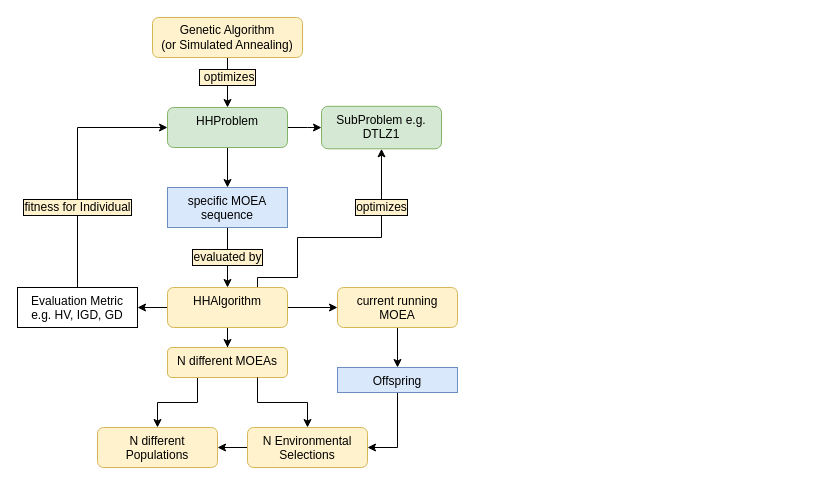
hwulfmeyer/PlatEMO keeps this draw.io diagram as PlatEMO/MAStuff/Hyper-Heuristic.drawio. Above is the earlier version. Source tidied: cells renumbered, new cells numbered last; positions are measured from the earlier drawing's top-left corner, leaving out a move shared by most shapes. Both pictures are drawn from the tidied source at 100%, with x=0, y=0 at pixel (17, 17).
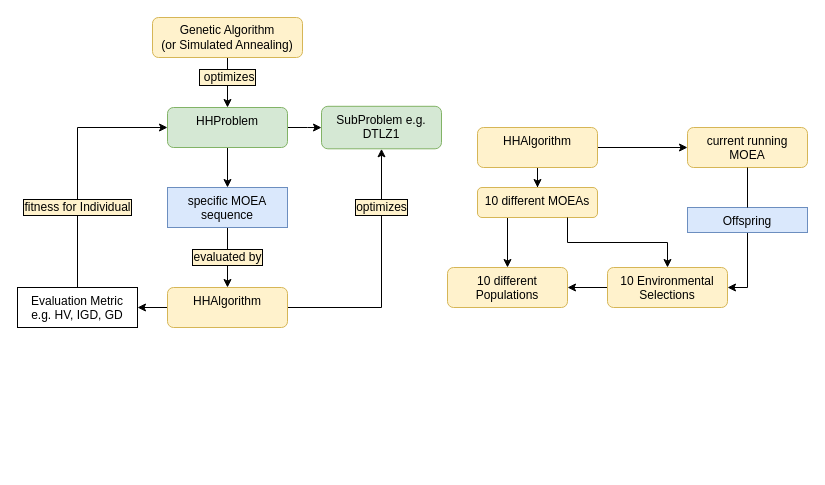
The same page after the edit.

The change refers to these unchanged cells:
```xml
<mxCell id="8" value="SubProblem e.g. DTLZ1" style="whiteSpace=wrap;html=1;rounded=1;verticalAlign=top;fillColor=#d5e8d4;strokeColor=#82b366;" parent="1" vertex="1">
  <mxGeometry x="304" y="88.8" width="120" height="42.5" as="geometry" />
</mxCell>
<mxCell id="12" value="HHAlgorithm" style="whiteSpace=wrap;html=1;rounded=1;verticalAlign=top;labelBackgroundColor=none;fillColor=#fff2cc;strokeColor=#d6b656;" parent="1" vertex="1">
  <mxGeometry x="150" y="270" width="120" height="40" as="geometry" />
</mxCell>
```

Diff of the diagram source:
```diff
@@
-    <mxCell id="7" style="edgeStyle=orthogonalEdgeStyle;rounded=0;jettySize=auto;html=1;exitX=0.75;exitY=0;exitDx=0;exitDy=0;entryX=0.5;entryY=1;entryDx=0;entryDy=0;" parent="1" edge="1" source="12" target="8">
+    <mxCell id="7" style="edgeStyle=orthogonalEdgeStyle;rounded=0;jettySize=auto;html=1;exitX=1;exitY=0.5;exitDx=0;exitDy=0;entryX=0.5;entryY=1;entryDx=0;entryDy=0;" parent="1" edge="1" source="12" target="8">
       <mxGeometry relative="1" as="geometry">
         <Array as="points">
-          <mxPoint x="240" y="260" />
-          <mxPoint x="280" y="260" />
-          <mxPoint x="280" y="220" />
-          <mxPoint x="364" y="220" />
+          <mxPoint x="364" y="290" />
         </Array>
       </mxGeometry>
     </mxCell>
@@
-    <mxCell id="10" style="edgeStyle=orthogonalEdgeStyle;rounded=0;jettySize=auto;html=1;exitX=0.5;exitY=1;exitDx=0;exitDy=0;" parent="1" edge="1" source="12" target="22">
-      <mxGeometry relative="1" as="geometry" />
-    </mxCell>
-    <mxCell id="11" style="edgeStyle=orthogonalEdgeStyle;rounded=0;jettySize=auto;html=1;exitX=1;exitY=0.5;exitDx=0;exitDy=0;entryX=0;entryY=0.5;entryDx=0;entryDy=0;" parent="1" edge="1" source="12" target="28">
-      <mxGeometry relative="1" as="geometry" />
-    </mxCell>
@@
-    <mxCell id="21" style="edgeStyle=orthogonalEdgeStyle;rounded=0;jettySize=auto;html=1;exitX=0.25;exitY=1;exitDx=0;exitDy=0;" parent="1" edge="1" source="22" target="23">
-      <mxGeometry relative="1" as="geometry" />
-    </mxCell>
-    <mxCell id="22" value="N different MOEAs" style="whiteSpace=wrap;html=1;rounded=1;verticalAlign=top;strokeColor=#d6b656;fillColor=#fff2cc;" parent="1" vertex="1">
-      <mxGeometry x="150" y="330" width="120" height="30" as="geometry" />
-    </mxCell>
-    <mxCell id="23" value="N different Populations" style="whiteSpace=wrap;html=1;rounded=1;verticalAlign=top;strokeColor=#d6b656;fillColor=#fff2cc;" parent="1" vertex="1">
-      <mxGeometry x="80" y="410" width="120" height="40" as="geometry" />
-    </mxCell>
-    <mxCell id="24" style="edgeStyle=orthogonalEdgeStyle;rounded=0;orthogonalLoop=1;jettySize=auto;html=1;exitX=0.5;exitY=1;exitDx=0;exitDy=0;" parent="1" edge="1">
-      <mxGeometry relative="1" as="geometry">
-        <mxPoint x="420" y="425" as="sourcePoint" />
-        <mxPoint x="420" y="425" as="targetPoint" />
-      </mxGeometry>
-    </mxCell>
-    <mxCell id="25" style="edgeStyle=orthogonalEdgeStyle;rounded=0;jettySize=auto;html=1;" parent="1" edge="1" source="26" target="23">
-      <mxGeometry relative="1" as="geometry" />
-    </mxCell>
-    <mxCell id="26" value="N Environmental Selections" style="whiteSpace=wrap;html=1;rounded=1;verticalAlign=top;strokeColor=#d6b656;fillColor=#fff2cc;" parent="1" vertex="1">
-      <mxGeometry x="230" y="410" width="120" height="40" as="geometry" />
-    </mxCell>
+    <mxCell id="32" style="edgeStyle=orthogonalEdgeStyle;rounded=0;jettySize=auto;html=1;exitX=0.5;exitY=1;exitDx=0;exitDy=0;" parent="1" edge="1" source="34" target="36">
+      <mxGeometry relative="1" as="geometry" />
+    </mxCell>
+    <mxCell id="33" style="edgeStyle=orthogonalEdgeStyle;rounded=0;jettySize=auto;html=1;exitX=1;exitY=0.5;exitDx=0;exitDy=0;entryX=0;entryY=0.5;entryDx=0;entryDy=0;" parent="1" edge="1" source="34" target="28">
+      <mxGeometry relative="1" as="geometry" />
+    </mxCell>
+    <mxCell id="34" value="HHAlgorithm" style="whiteSpace=wrap;html=1;rounded=1;verticalAlign=top;labelBackgroundColor=none;fillColor=#fff2cc;strokeColor=#d6b656;" parent="1" vertex="1">
+      <mxGeometry x="460" y="110" width="120" height="40" as="geometry" />
+    </mxCell>
+    <mxCell id="35" style="edgeStyle=orthogonalEdgeStyle;rounded=0;jettySize=auto;html=1;exitX=0.25;exitY=1;exitDx=0;exitDy=0;" parent="1" edge="1" source="36" target="37">
+      <mxGeometry relative="1" as="geometry" />
+    </mxCell>
+    <mxCell id="36" value="10 different MOEAs" style="whiteSpace=wrap;html=1;rounded=1;verticalAlign=top;strokeColor=#d6b656;fillColor=#fff2cc;" parent="1" vertex="1">
+      <mxGeometry x="460" y="170" width="120" height="30" as="geometry" />
+    </mxCell>
+    <mxCell id="37" value="10 different Populations" style="whiteSpace=wrap;html=1;rounded=1;verticalAlign=top;strokeColor=#d6b656;fillColor=#fff2cc;" parent="1" vertex="1">
+      <mxGeometry x="430" y="250" width="120" height="40" as="geometry" />
+    </mxCell>
+    <mxCell id="38" style="edgeStyle=orthogonalEdgeStyle;rounded=0;orthogonalLoop=1;jettySize=auto;html=1;exitX=0.5;exitY=1;exitDx=0;exitDy=0;" parent="1" edge="1">
+      <mxGeometry relative="1" as="geometry">
+        <mxPoint x="730" y="265" as="sourcePoint" />
+        <mxPoint x="730" y="265" as="targetPoint" />
+      </mxGeometry>
+    </mxCell>
+    <mxCell id="39" style="edgeStyle=orthogonalEdgeStyle;rounded=0;jettySize=auto;html=1;" parent="1" edge="1" source="40" target="37">
+      <mxGeometry relative="1" as="geometry" />
+    </mxCell>
+    <mxCell id="40" value="10 Environmental Selections" style="whiteSpace=wrap;html=1;rounded=1;verticalAlign=top;strokeColor=#d6b656;fillColor=#fff2cc;" parent="1" vertex="1">
+      <mxGeometry x="590" y="250" width="120" height="40" as="geometry" />
+    </mxCell>
+    <mxCell id="41" style="edgeStyle=orthogonalEdgeStyle;rounded=0;jettySize=auto;html=1;exitX=0.5;exitY=1;exitDx=0;exitDy=0;entryX=1;entryY=0.5;entryDx=0;entryDy=0;startArrow=none;" parent="1" edge="1" source="30" target="40">
+      <mxGeometry relative="1" as="geometry" />
+    </mxCell>
+    <mxCell id="28" value="current running MOEA" style="whiteSpace=wrap;html=1;rounded=1;verticalAlign=top;strokeColor=#d6b656;fillColor=#fff2cc;" parent="1" vertex="1">
+      <mxGeometry x="670" y="110" width="120" height="40" as="geometry" />
+    </mxCell>
+    <mxCell id="42" style="edgeStyle=orthogonalEdgeStyle;rounded=0;jettySize=auto;html=1;entryX=0.5;entryY=0;entryDx=0;entryDy=0;exitX=0.75;exitY=1;exitDx=0;exitDy=0;" parent="1" edge="1" source="36" target="40">
+      <mxGeometry relative="1" as="geometry" />
+    </mxCell>
+    <mxCell id="30" value="Offspring" style="rounded=0;whiteSpace=wrap;html=1;labelBackgroundColor=none;verticalAlign=top;fillColor=#dae8fc;strokeColor=#6c8ebf;" parent="1" vertex="1">
+      <mxGeometry x="670" y="190" width="120" height="25" as="geometry" />
+    </mxCell>
-    <mxCell id="27" style="edgeStyle=orthogonalEdgeStyle;rounded=0;jettySize=auto;html=1;" parent="1" edge="1" source="28" target="30">
+    <mxCell id="27" style="edgeStyle=orthogonalEdgeStyle;rounded=0;jettySize=auto;html=1;exitX=0.5;exitY=1;exitDx=0;exitDy=0;entryX=0.5;entryY=0;entryDx=0;entryDy=0;endArrow=none;" parent="1" edge="1" source="28" target="30">
       <mxGeometry relative="1" as="geometry" />
     </mxCell>
-    <mxCell id="28" value="current running MOEA" style="whiteSpace=wrap;html=1;rounded=1;verticalAlign=top;strokeColor=#d6b656;fillColor=#fff2cc;" parent="1" vertex="1">
-      <mxGeometry x="320" y="270" width="120" height="40" as="geometry" />
-    </mxCell>
-    <mxCell id="29" style="edgeStyle=orthogonalEdgeStyle;rounded=0;jettySize=auto;html=1;entryX=1;entryY=0.5;entryDx=0;entryDy=0;" parent="1" edge="1" source="30" target="26">
-      <mxGeometry relative="1" as="geometry" />
-    </mxCell>
-    <mxCell id="30" value="Offspring" style="rounded=0;whiteSpace=wrap;html=1;labelBackgroundColor=none;verticalAlign=top;fillColor=#dae8fc;strokeColor=#6c8ebf;" parent="1" vertex="1">
-      <mxGeometry x="320" y="350" width="120" height="25" as="geometry" />
-    </mxCell>
-    <mxCell id="31" style="edgeStyle=orthogonalEdgeStyle;rounded=0;jettySize=auto;html=1;entryX=0.5;entryY=0;entryDx=0;entryDy=0;exitX=0.75;exitY=1;exitDx=0;exitDy=0;" parent="1" edge="1" source="22" target="26">
-      <mxGeometry relative="1" as="geometry" />
-    </mxCell>
```
